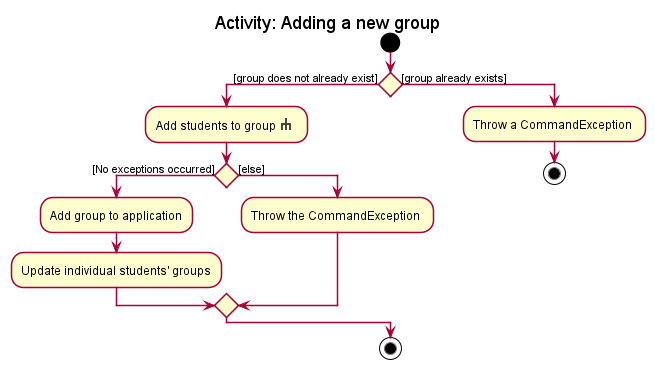
nus-cs2103-AY2122S1/tp keeps this PlantUML diagram as docs/images/AddGroupActivityDiagram.png. Above is the earlier version.
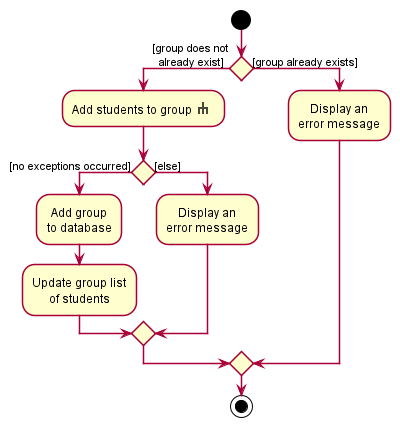
Later version of the same file.

The edit, as a diff of the source:
```diff
@@ -1,20 +1,17 @@
 @startuml
 !include style.puml
 
-title Activity: Adding a new group
-
 start
-if () then ([group does not already exist])
+if () then ([group does not\n  already exist])
   :Add students to group <$rake> ;
-  if () then ([No exceptions occurred])
-    :Add group to application;
-    :Update individual students' groups;
+  if () then ([no exceptions occurred])
+    :Add group\nto database;
+    :Update group list\nof students;
   else ([else])
-    :Throw the CommandException ;
+    :Display an\nerror message;
   endif
 else ([group already exists])
-  :Throw a CommandException ;
-  stop
+  :Display an\nerror message;
 endif
 
 stop
```
